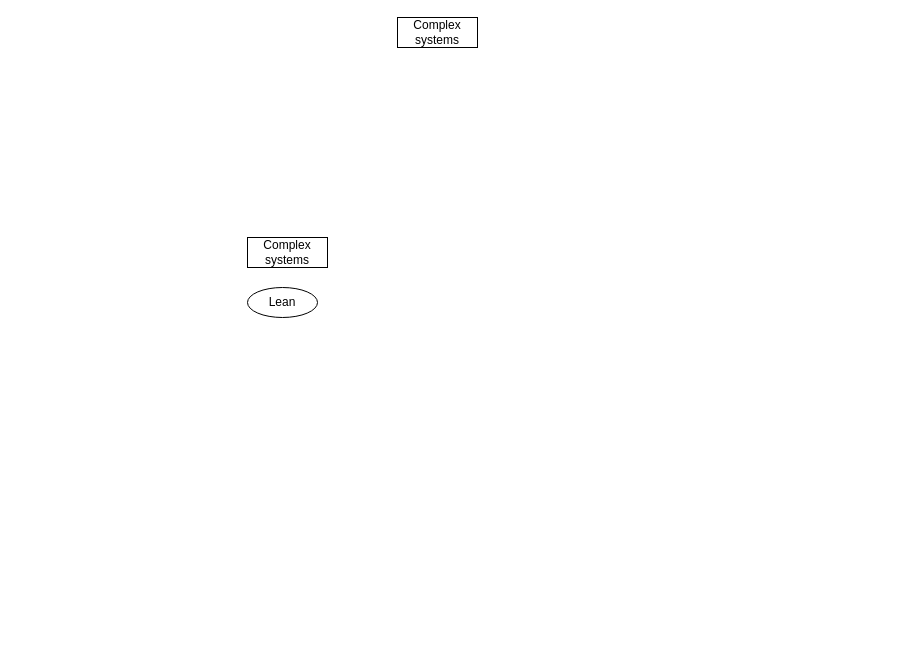
Before: Untitled Diagram.drawio in GradedJestRisk/method-training, a draw.io diagram. Source tidied: cells renumbered, new cells numbered last; positions are measured from the earlier drawing's top-left corner, leaving out a move shared by most shapes. Both pictures are drawn from the tidied source at 100%, with x=0, y=0 at pixel (247, 17).
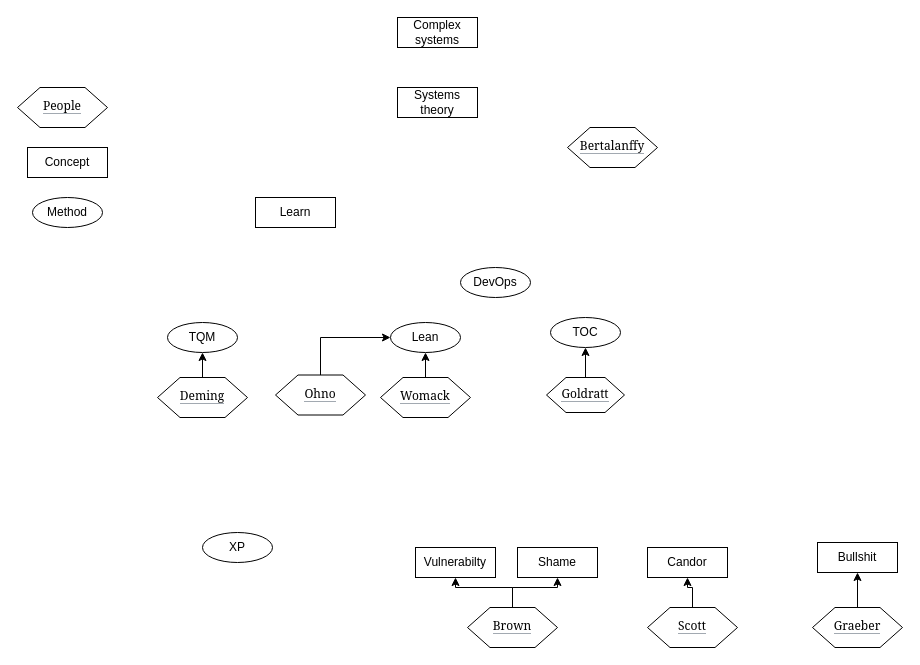
After the change.

The edit, as a diff of the source:
```diff
@@
-    <mxCell id="3" value="Complex&lt;br&gt;systems" style="rounded=0;whiteSpace=wrap;html=1;" parent="1" vertex="1">
-      <mxGeometry y="220" width="80" height="30" as="geometry" />
+    <mxCell id="3" value="Systems&lt;br&gt;theory" style="rounded=0;whiteSpace=wrap;html=1;" parent="1" vertex="1">
+      <mxGeometry x="150" y="70" width="80" height="30" as="geometry" />
     </mxCell>
     <mxCell id="4" value="Lean" style="ellipse;whiteSpace=wrap;html=1;" parent="1" vertex="1">
-      <mxGeometry y="270" width="70" height="30" as="geometry" />
+      <mxGeometry x="143" y="305" width="70" height="30" as="geometry" />
     </mxCell>
+    <mxCell id="5" value="DevOps" style="ellipse;whiteSpace=wrap;html=1;" parent="1" vertex="1">
+      <mxGeometry x="213" y="250" width="70" height="30" as="geometry" />
+    </mxCell>
+    <mxCell id="6" value="XP" style="ellipse;whiteSpace=wrap;html=1;" parent="1" vertex="1">
+      <mxGeometry x="-45" y="515" width="70" height="30" as="geometry" />
+    </mxCell>
+    <mxCell id="7" value="TOC" style="ellipse;whiteSpace=wrap;html=1;" parent="1" vertex="1">
+      <mxGeometry x="303" y="300" width="70" height="30" as="geometry" />
+    </mxCell>
+    <mxCell id="8" value="&lt;h1 id=&quot;firstHeading&quot; class=&quot;firstHeading&quot; lang=&quot;en&quot; style=&quot;background: none; font-weight: normal; margin: 0px 0px 0.25em; overflow: visible; padding: 0px; border-bottom: 1px solid rgb(162, 169, 177); font-size: 12px; line-height: 1.3; font-family: &amp;quot;linux libertine&amp;quot;, georgia, times, serif; white-space: normal;&quot;&gt;Bertalanffy&lt;/h1&gt;" style="shape=hexagon;perimeter=hexagonPerimeter2;whiteSpace=wrap;html=1;fontSize=12;" parent="1" vertex="1">
+      <mxGeometry x="320" y="110" width="90" height="40" as="geometry" />
+    </mxCell>
+    <mxCell id="9" style="edgeStyle=orthogonalEdgeStyle;rounded=0;jettySize=auto;html=1;exitX=0.5;exitY=0;exitDx=0;exitDy=0;fontSize=12;" parent="1" edge="1" source="10" target="7">
+      <mxGeometry relative="1" as="geometry" />
+    </mxCell>
+    <mxCell id="10" value="&lt;h1 id=&quot;firstHeading&quot; class=&quot;firstHeading&quot; lang=&quot;en&quot; style=&quot;background: none ; font-weight: normal ; margin: 0px 0px 0.25em ; overflow: visible ; padding: 0px ; border-bottom: 1px solid rgb(162 , 169 , 177) ; font-size: 12px ; line-height: 1.3 ; font-family: &amp;#34;linux libertine&amp;#34; , &amp;#34;georgia&amp;#34; , &amp;#34;times&amp;#34; , serif ; white-space: normal&quot;&gt;Goldratt&lt;/h1&gt;" style="shape=hexagon;perimeter=hexagonPerimeter2;whiteSpace=wrap;html=1;fontSize=12;" parent="1" vertex="1">
+      <mxGeometry x="299" y="360" width="78" height="35" as="geometry" />
+    </mxCell>
+    <mxCell id="11" value="&lt;h1 id=&quot;firstHeading&quot; class=&quot;firstHeading&quot; lang=&quot;en&quot; style=&quot;background: none ; font-weight: normal ; margin: 0px 0px 0.25em ; overflow: visible ; padding: 0px ; border-bottom: 1px solid rgb(162 , 169 , 177) ; font-size: 12px ; line-height: 1.3 ; font-family: &amp;#34;linux libertine&amp;#34; , &amp;#34;georgia&amp;#34; , &amp;#34;times&amp;#34; , serif ; white-space: normal&quot;&gt;People&lt;/h1&gt;" style="shape=hexagon;perimeter=hexagonPerimeter2;whiteSpace=wrap;html=1;fontSize=12;" parent="1" vertex="1">
+      <mxGeometry x="-230" y="70" width="90" height="40" as="geometry" />
+    </mxCell>
+    <mxCell id="12" value="Concept" style="rounded=0;whiteSpace=wrap;html=1;" parent="1" vertex="1">
+      <mxGeometry x="-220" y="130" width="80" height="30" as="geometry" />
+    </mxCell>
+    <mxCell id="13" value="Method" style="ellipse;whiteSpace=wrap;html=1;" parent="1" vertex="1">
+      <mxGeometry x="-215" y="180" width="70" height="30" as="geometry" />
+    </mxCell>
+    <mxCell id="14" style="edgeStyle=orthogonalEdgeStyle;rounded=0;jettySize=auto;html=1;fontSize=12;" parent="1" edge="1" source="15" target="4">
+      <mxGeometry relative="1" as="geometry" />
+    </mxCell>
+    <mxCell id="15" value="&lt;h1 id=&quot;firstHeading&quot; class=&quot;firstHeading&quot; lang=&quot;en&quot; style=&quot;background: none ; font-weight: normal ; margin: 0px 0px 0.25em ; overflow: visible ; padding: 0px ; border-bottom: 1px solid rgb(162 , 169 , 177) ; font-size: 12px ; line-height: 1.3 ; font-family: &amp;#34;linux libertine&amp;#34; , &amp;#34;georgia&amp;#34; , &amp;#34;times&amp;#34; , serif ; white-space: normal&quot;&gt;Womack&lt;/h1&gt;" style="shape=hexagon;perimeter=hexagonPerimeter2;whiteSpace=wrap;html=1;fontSize=12;" parent="1" vertex="1">
+      <mxGeometry x="133" y="360" width="90" height="40" as="geometry" />
+    </mxCell>
+    <mxCell id="16" style="edgeStyle=orthogonalEdgeStyle;rounded=0;jettySize=auto;html=1;fontSize=12;" parent="1" edge="1" source="18" target="20">
+      <mxGeometry relative="1" as="geometry" />
+    </mxCell>
+    <mxCell id="17" style="edgeStyle=orthogonalEdgeStyle;rounded=0;jettySize=auto;html=1;fontSize=12;" parent="1" edge="1" source="18" target="19">
+      <mxGeometry relative="1" as="geometry" />
+    </mxCell>
+    <mxCell id="18" value="&lt;h1 id=&quot;firstHeading&quot; class=&quot;firstHeading&quot; lang=&quot;en&quot; style=&quot;background: none ; font-weight: normal ; margin: 0px 0px 0.25em ; overflow: visible ; padding: 0px ; border-bottom: 1px solid rgb(162 , 169 , 177) ; font-size: 12px ; line-height: 1.3 ; font-family: &amp;#34;linux libertine&amp;#34; , &amp;#34;georgia&amp;#34; , &amp;#34;times&amp;#34; , serif ; white-space: normal&quot;&gt;Brown&lt;/h1&gt;" style="shape=hexagon;perimeter=hexagonPerimeter2;whiteSpace=wrap;html=1;fontSize=12;" parent="1" vertex="1">
+      <mxGeometry x="220" y="590" width="90" height="40" as="geometry" />
+    </mxCell>
+    <mxCell id="19" value="Vulnerabilty" style="rounded=0;whiteSpace=wrap;html=1;" parent="1" vertex="1">
+      <mxGeometry x="168" y="530" width="80" height="30" as="geometry" />
+    </mxCell>
+    <mxCell id="20" value="Shame" style="rounded=0;whiteSpace=wrap;html=1;" parent="1" vertex="1">
+      <mxGeometry x="270" y="530" width="80" height="30" as="geometry" />
+    </mxCell>
+    <mxCell id="21" style="edgeStyle=orthogonalEdgeStyle;rounded=0;jettySize=auto;html=1;exitX=0.5;exitY=0;exitDx=0;exitDy=0;entryX=0;entryY=0.5;entryDx=0;entryDy=0;fontSize=12;" parent="1" edge="1" source="22" target="4">
+      <mxGeometry relative="1" as="geometry" />
+    </mxCell>
+    <mxCell id="22" value="&lt;h1 id=&quot;firstHeading&quot; class=&quot;firstHeading&quot; lang=&quot;en&quot; style=&quot;background: none ; font-weight: normal ; margin: 0px 0px 0.25em ; overflow: visible ; padding: 0px ; border-bottom: 1px solid rgb(162 , 169 , 177) ; font-size: 12px ; line-height: 1.3 ; font-family: &amp;#34;linux libertine&amp;#34; , &amp;#34;georgia&amp;#34; , &amp;#34;times&amp;#34; , serif ; white-space: normal&quot;&gt;Ohno&lt;/h1&gt;" style="shape=hexagon;perimeter=hexagonPerimeter2;whiteSpace=wrap;html=1;fontSize=12;" parent="1" vertex="1">
+      <mxGeometry x="28" y="357.5" width="90" height="40" as="geometry" />
+    </mxCell>
+    <mxCell id="23" style="edgeStyle=orthogonalEdgeStyle;rounded=0;jettySize=auto;html=1;exitX=0.5;exitY=0;exitDx=0;exitDy=0;entryX=0.5;entryY=1;entryDx=0;entryDy=0;fontSize=12;" parent="1" edge="1" source="24" target="25">
+      <mxGeometry relative="1" as="geometry" />
+    </mxCell>
+    <mxCell id="24" value="&lt;h1 id=&quot;firstHeading&quot; class=&quot;firstHeading&quot; lang=&quot;en&quot; style=&quot;background: none ; font-weight: normal ; margin: 0px 0px 0.25em ; overflow: visible ; padding: 0px ; border-bottom: 1px solid rgb(162 , 169 , 177) ; font-size: 12px ; line-height: 1.3 ; font-family: &amp;#34;linux libertine&amp;#34; , &amp;#34;georgia&amp;#34; , &amp;#34;times&amp;#34; , serif ; white-space: normal&quot;&gt;Deming&lt;/h1&gt;" style="shape=hexagon;perimeter=hexagonPerimeter2;whiteSpace=wrap;html=1;fontSize=12;" parent="1" vertex="1">
+      <mxGeometry x="-90" y="360" width="90" height="40" as="geometry" />
+    </mxCell>
+    <mxCell id="25" value="TQM" style="ellipse;whiteSpace=wrap;html=1;" parent="1" vertex="1">
+      <mxGeometry x="-80" y="305" width="70" height="30" as="geometry" />
+    </mxCell>
+    <mxCell id="26" value="Learn" style="rounded=0;whiteSpace=wrap;html=1;" parent="1" vertex="1">
+      <mxGeometry x="8" y="180" width="80" height="30" as="geometry" />
+    </mxCell>
+    <mxCell id="27" value="Candor" style="rounded=0;whiteSpace=wrap;html=1;" parent="1" vertex="1">
+      <mxGeometry x="400" y="530" width="80" height="30" as="geometry" />
+    </mxCell>
+    <mxCell id="28" style="edgeStyle=orthogonalEdgeStyle;rounded=0;jettySize=auto;html=1;entryX=0.5;entryY=1;entryDx=0;entryDy=0;fontSize=12;" parent="1" edge="1" source="29" target="27">
+      <mxGeometry relative="1" as="geometry" />
+    </mxCell>
+    <mxCell id="29" value="&lt;h1 id=&quot;firstHeading&quot; class=&quot;firstHeading&quot; lang=&quot;en&quot; style=&quot;background: none ; font-weight: normal ; margin: 0px 0px 0.25em ; overflow: visible ; padding: 0px ; border-bottom: 1px solid rgb(162 , 169 , 177) ; font-size: 12px ; line-height: 1.3 ; font-family: &amp;#34;linux libertine&amp;#34; , &amp;#34;georgia&amp;#34; , &amp;#34;times&amp;#34; , serif ; white-space: normal&quot;&gt;Scott&lt;/h1&gt;" style="shape=hexagon;perimeter=hexagonPerimeter2;whiteSpace=wrap;html=1;fontSize=12;" parent="1" vertex="1">
+      <mxGeometry x="400" y="590" width="90" height="40" as="geometry" />
+    </mxCell>
+    <mxCell id="30" value="Bullshit" style="rounded=0;whiteSpace=wrap;html=1;" parent="1" vertex="1">
+      <mxGeometry x="570" y="525" width="80" height="30" as="geometry" />
+    </mxCell>
+    <mxCell id="31" style="edgeStyle=orthogonalEdgeStyle;rounded=0;jettySize=auto;html=1;fontSize=12;" parent="1" edge="1" source="32" target="30">
+      <mxGeometry relative="1" as="geometry" />
+    </mxCell>
+    <mxCell id="32" value="&lt;h1 id=&quot;firstHeading&quot; class=&quot;firstHeading&quot; lang=&quot;en&quot; style=&quot;background: none ; font-weight: normal ; margin: 0px 0px 0.25em ; overflow: visible ; padding: 0px ; border-bottom: 1px solid rgb(162 , 169 , 177) ; font-size: 12px ; line-height: 1.3 ; font-family: &amp;#34;linux libertine&amp;#34; , &amp;#34;georgia&amp;#34; , &amp;#34;times&amp;#34; , serif ; white-space: normal&quot;&gt;Graeber&lt;/h1&gt;" style="shape=hexagon;perimeter=hexagonPerimeter2;whiteSpace=wrap;html=1;fontSize=12;" parent="1" vertex="1">
+      <mxGeometry x="565" y="590" width="90" height="40" as="geometry" />
+    </mxCell>
```
